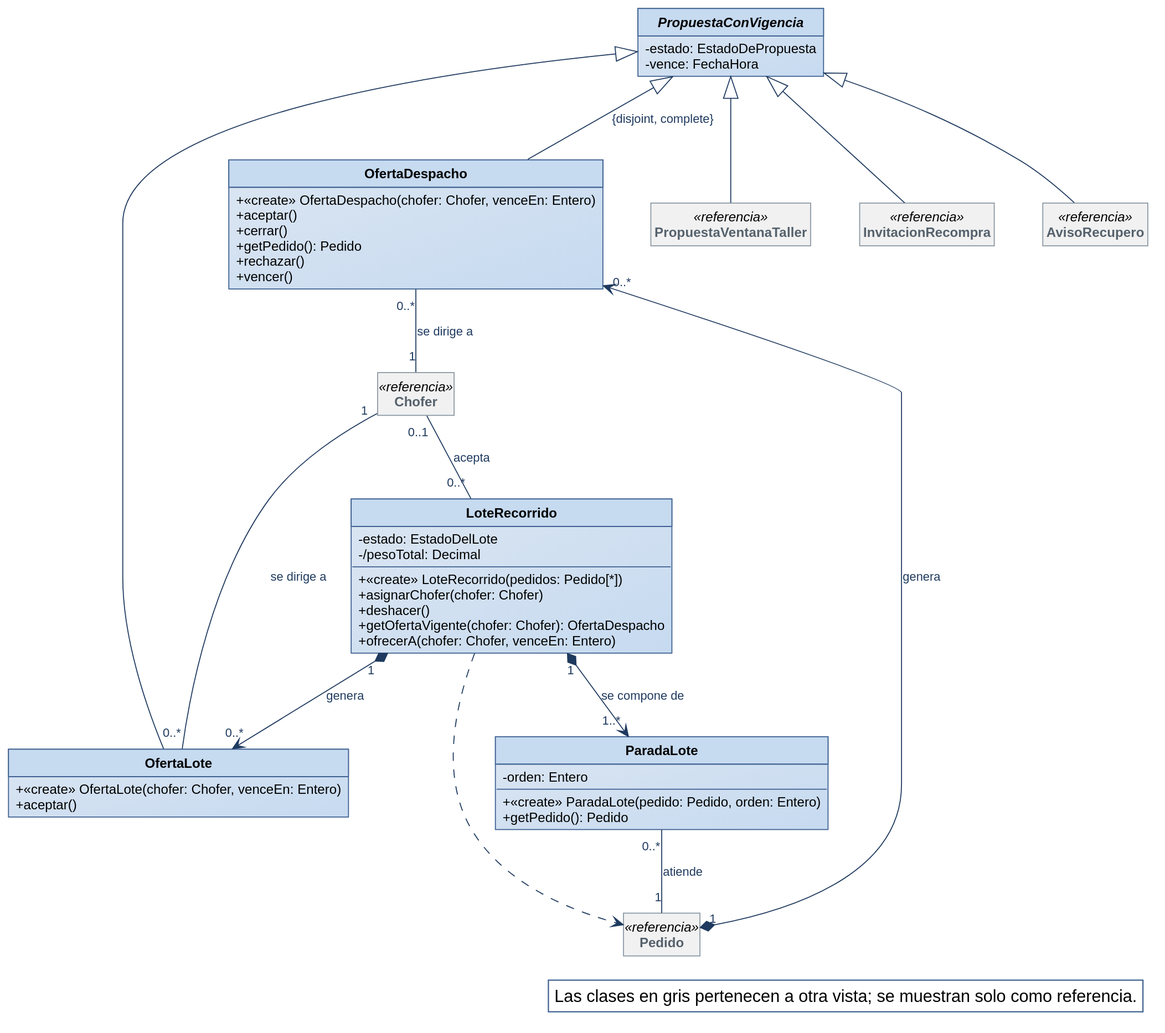
Nahuelito-Dev/splg-docs keeps this PlantUML diagram as diagramas/clases-diseno/DC_Despacho.svg. Above is the earlier version.
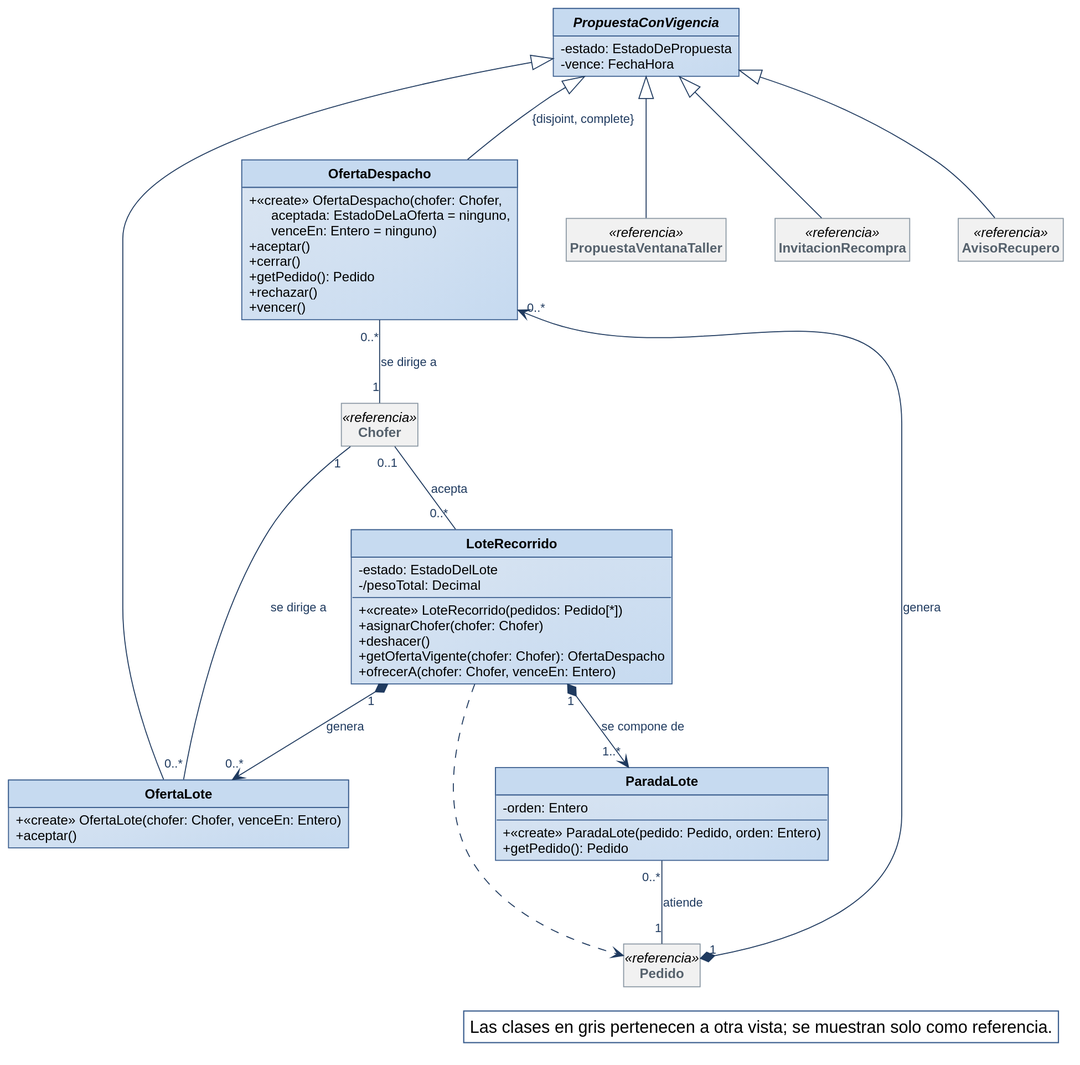
The same file after the commit.

The edit, as a diff of the source:
```diff
@@ -32,7 +32,7 @@
   - vence: FechaHora
 }
 class OfertaDespacho {
-  + «create» OfertaDespacho(chofer: Chofer, venceEn: Entero)
+  + «create» OfertaDespacho(chofer: Chofer,\n      aceptada: EstadoDeLaOferta = ninguno,\n      venceEn: Entero = ninguno)
   + aceptar()
   + cerrar()
   + getPedido(): Pedido
```
